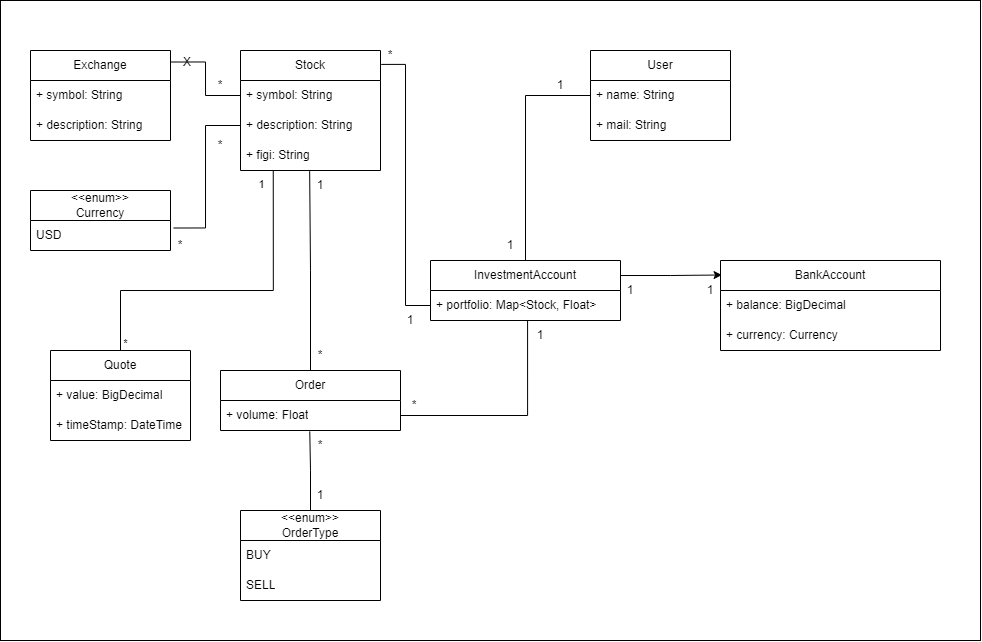
djthomann/FinancePepjekt keeps this draw.io diagram as doc/diagrams/domaenenmodell.png. Above is the earlier version. Source tidied: cells renumbered, new cells last; positions are measured from the earlier drawing's top-left corner, leaving out a move shared by most shapes.
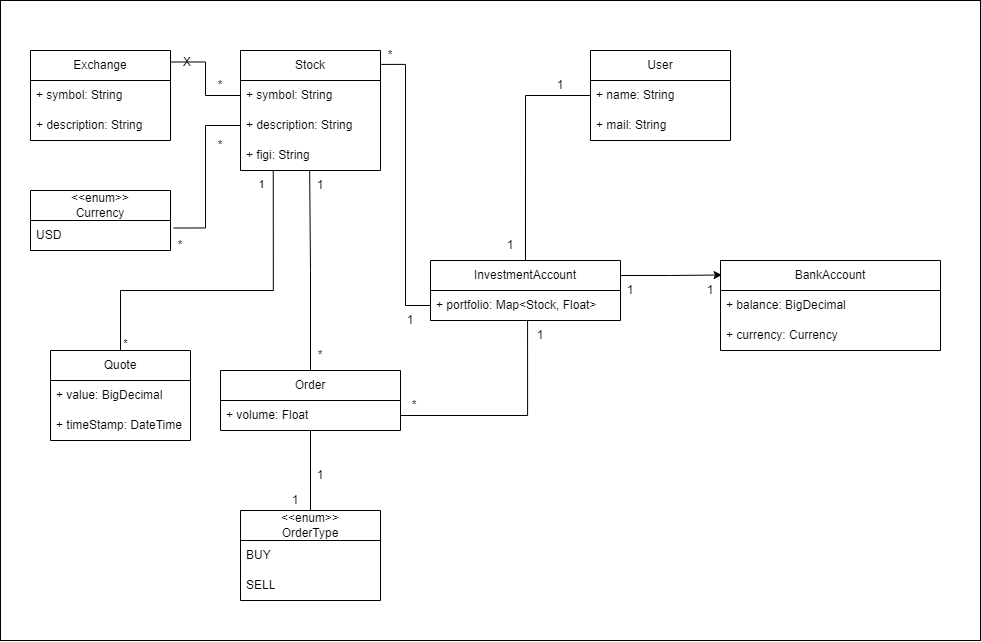
Above is the later version.

Diff of the diagram source:
```diff
@@ -83,14 +83,14 @@
     <mxCell id="28" style="edgeStyle=orthogonalEdgeStyle;rounded=0;jettySize=auto;html=1;exitX=0;exitY=0.5;exitDx=0;exitDy=0;entryX=1.005;entryY=0.116;entryDx=0;entryDy=0;entryPerimeter=0;endArrow=none;endFill=0;" parent="1" edge="1" source="10" target="3">
       <mxGeometry relative="1" as="geometry" />
     </mxCell>
-    <mxCell id="29" style="edgeStyle=orthogonalEdgeStyle;rounded=0;jettySize=auto;html=1;exitX=0.5;exitY=0;exitDx=0;exitDy=0;entryX=0.496;entryY=1.029;entryDx=0;entryDy=0;entryPerimeter=0;endArrow=none;endFill=0;" parent="1" edge="1" source="22" target="18">
+    <mxCell id="29" style="edgeStyle=orthogonalEdgeStyle;rounded=0;jettySize=auto;html=1;exitX=0.5;exitY=0;exitDx=0;exitDy=0;endArrow=none;endFill=0;" parent="1" edge="1" source="22" target="17">
       <mxGeometry relative="1" as="geometry" />
     </mxCell>
-    <mxCell id="30" value="*" style="text;html=1;strokeColor=none;fillColor=none;align=center;verticalAlign=middle;whiteSpace=wrap;rounded=0;" parent="1" vertex="1">
-      <mxGeometry x="290" y="430" width="60" height="30" as="geometry" />
+    <mxCell id="30" value="1" style="text;html=1;strokeColor=none;fillColor=none;align=center;verticalAlign=middle;whiteSpace=wrap;rounded=0;" parent="1" vertex="1">
+      <mxGeometry x="305" y="470" width="30" height="10" as="geometry" />
     </mxCell>
     <mxCell id="31" value="1" style="text;html=1;strokeColor=none;fillColor=none;align=center;verticalAlign=middle;whiteSpace=wrap;rounded=0;" parent="1" vertex="1">
-      <mxGeometry x="290" y="480" width="60" height="30" as="geometry" />
+      <mxGeometry x="280" y="490" width="30" height="20" as="geometry" />
     </mxCell>
     <mxCell id="32" style="edgeStyle=orthogonalEdgeStyle;rounded=0;jettySize=auto;html=1;exitX=0.5;exitY=0;exitDx=0;exitDy=0;entryX=0.494;entryY=1.022;entryDx=0;entryDy=0;entryPerimeter=0;endArrow=none;endFill=0;" parent="1" edge="1" source="17" target="6">
       <mxGeometry relative="1" as="geometry" />
```
